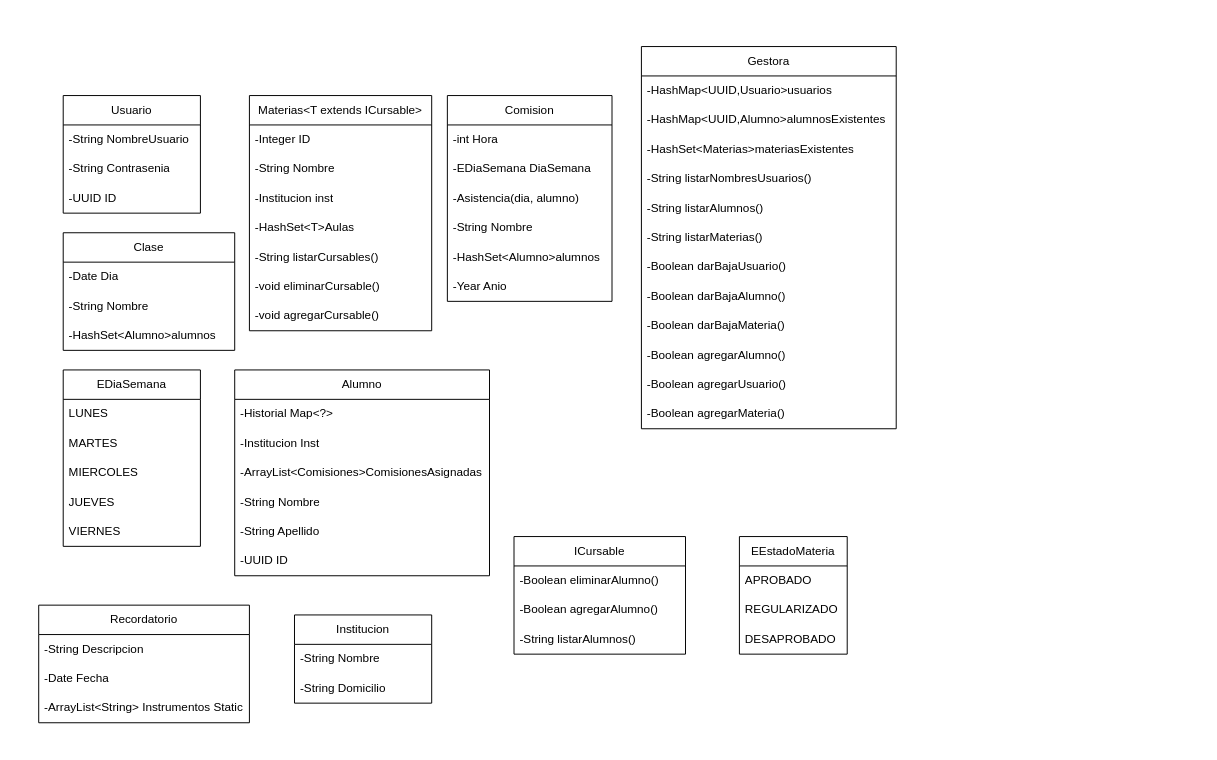
Before: TpFinalUML.drawio in MLN-git/TrabajoPractico-2.0_2026, a draw.io diagram. Source tidied: cells renumbered, new cells numbered last; positions are measured from the earlier drawing's top-left corner, leaving out a move shared by most shapes. Both pictures are drawn from the tidied source at 98%, with x=0, y=0 at pixel (38, 46).
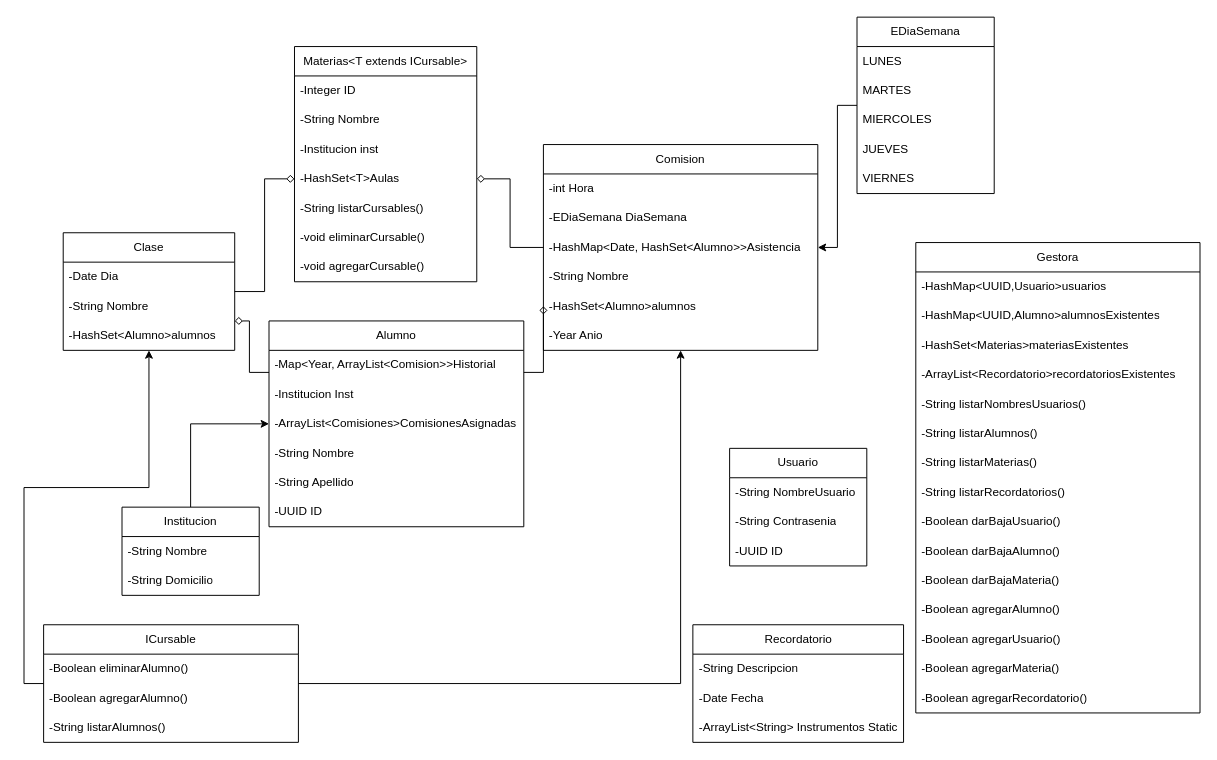
After the change.

Unchanged cells that the change refers to:
```xml
<mxCell id="6" value="-HashSet&amp;lt;T&amp;gt;Aulas" style="text;strokeColor=none;fillColor=none;align=left;verticalAlign=middle;spacingLeft=4;spacingRight=4;overflow=hidden;points=[[0,0.5],[1,0.5]];portConstraint=eastwest;whiteSpace=wrap;html=1;" parent="2" vertex="1">
  <mxGeometry y="120" width="186" height="30" as="geometry" />
</mxCell>
<mxCell id="48" value="Clase" style="swimlane;fontStyle=0;horizontal=1;startSize=30;whiteSpace=wrap;html=1;" parent="1" vertex="1">
  <mxGeometry x="25" y="190" width="175" height="120" as="geometry" />
</mxCell>
```

What changed in the source:
```diff
@@
     <mxCell id="2" value="Materias&amp;lt;T extends ICursable&amp;gt;" style="swimlane;fontStyle=0;horizontal=1;startSize=30;whiteSpace=wrap;html=1;" parent="1" vertex="1">
-      <mxGeometry x="215" y="50" width="186" height="240" as="geometry" />
+      <mxGeometry x="261" width="186" height="240" as="geometry" />
     </mxCell>
@@
+    <mxCell id="66" style="edgeStyle=orthogonalEdgeStyle;rounded=0;jettySize=auto;html=1;exitX=0;exitY=0.5;exitDx=0;exitDy=0;entryX=1;entryY=0.5;entryDx=0;entryDy=0;defaultLabelBackgroundColor=page;labelPadding=0 4;endArrow=diamond;endFill=0;" parent="1" edge="1" source="10" target="6">
+      <mxGeometry relative="1" as="geometry" />
+    </mxCell>
     <mxCell id="10" value="Comision" style="swimlane;fontStyle=0;horizontal=1;startSize=30;whiteSpace=wrap;html=1;" parent="1" vertex="1">
-      <mxGeometry x="417" y="50" width="168" height="210" as="geometry" />
+      <mxGeometry x="515" y="100" width="280" height="210" as="geometry" />
     </mxCell>
     <mxCell id="11" value="-int Hora" style="text;strokeColor=none;fillColor=none;align=left;verticalAlign=middle;spacingLeft=4;spacingRight=4;overflow=hidden;whiteSpace=wrap;html=1;" parent="10" vertex="1">
-      <mxGeometry y="30" width="168" height="30" as="geometry" />
+      <mxGeometry y="30" width="280" height="30" as="geometry" />
     </mxCell>
     <mxCell id="12" value="-EDiaSemana DiaSemana" style="text;strokeColor=none;fillColor=none;align=left;verticalAlign=middle;spacingLeft=4;spacingRight=4;overflow=hidden;whiteSpace=wrap;html=1;" parent="10" vertex="1">
-      <mxGeometry y="60" width="168" height="30" as="geometry" />
+      <mxGeometry y="60" width="280" height="30" as="geometry" />
     </mxCell>
-    <mxCell id="13" value="-Asistencia(dia, alumno)" style="text;strokeColor=none;fillColor=none;align=left;verticalAlign=middle;spacingLeft=4;spacingRight=4;overflow=hidden;whiteSpace=wrap;html=1;" parent="10" vertex="1">
-      <mxGeometry y="90" width="168" height="30" as="geometry" />
+    <mxCell id="13" value="-HashMap&amp;lt;Date, HashSet&amp;lt;Alumno&amp;gt;&amp;gt;Asistencia" style="text;strokeColor=none;fillColor=none;align=left;verticalAlign=middle;spacingLeft=4;spacingRight=4;overflow=hidden;whiteSpace=wrap;html=1;" parent="10" vertex="1">
+      <mxGeometry y="90" width="280" height="30" as="geometry" />
     </mxCell>
     <mxCell id="14" value="-String Nombre" style="text;strokeColor=none;fillColor=none;align=left;verticalAlign=middle;spacingLeft=4;spacingRight=4;overflow=hidden;whiteSpace=wrap;html=1;" parent="10" vertex="1">
-      <mxGeometry y="120" width="168" height="30" as="geometry" />
+      <mxGeometry y="120" width="280" height="30" as="geometry" />
     </mxCell>
     <mxCell id="15" value="-HashSet&amp;lt;Alumno&amp;gt;alumnos" style="text;strokeColor=none;fillColor=none;align=left;verticalAlign=middle;spacingLeft=4;spacingRight=4;overflow=hidden;points=[[0,0.5],[1,0.5]];portConstraint=eastwest;whiteSpace=wrap;html=1;" parent="10" vertex="1">
-      <mxGeometry y="150" width="168" height="30" as="geometry" />
+      <mxGeometry y="150" width="280" height="30" as="geometry" />
     </mxCell>
     <mxCell id="16" value="-Year Anio" style="text;strokeColor=none;fillColor=none;align=left;verticalAlign=middle;spacingLeft=4;spacingRight=4;overflow=hidden;whiteSpace=wrap;html=1;" parent="10" vertex="1">
-      <mxGeometry y="180" width="168" height="30" as="geometry" />
+      <mxGeometry y="180" width="280" height="30" as="geometry" />
     </mxCell>
+    <mxCell id="67" style="edgeStyle=orthogonalEdgeStyle;rounded=0;jettySize=auto;html=1;exitX=0.5;exitY=0;exitDx=0;exitDy=0;defaultLabelBackgroundColor=page;labelPadding=0 4;" parent="1" edge="1" source="17" target="37">
+      <mxGeometry relative="1" as="geometry" />
+    </mxCell>
     <mxCell id="17" value="Institucion" style="swimlane;fontStyle=0;horizontal=1;startSize=30;whiteSpace=wrap;html=1;" parent="1" vertex="1">
-      <mxGeometry x="261" y="580" width="140" height="90" as="geometry" />
+      <mxGeometry x="85" y="470" width="140" height="90" as="geometry" />
     </mxCell>
@@
     <mxCell id="20" value="Recordatorio" style="swimlane;fontStyle=0;horizontal=1;startSize=30;whiteSpace=wrap;html=1;" parent="1" vertex="1">
-      <mxGeometry y="570" width="215" height="120" as="geometry" />
+      <mxGeometry x="667.5" y="590" width="215" height="120" as="geometry" />
     </mxCell>
@@
     <mxCell id="24" value="Gestora" style="swimlane;fontStyle=0;horizontal=1;startSize=30;whiteSpace=wrap;html=1;" parent="1" vertex="1">
-      <mxGeometry x="615" width="260" height="390" as="geometry" />
+      <mxGeometry x="895" y="200" width="290" height="480" as="geometry" />
     </mxCell>
     <mxCell id="25" value="-HashMap&amp;lt;UUID,Usuario&amp;gt;usuarios" style="text;strokeColor=none;fillColor=none;align=left;verticalAlign=middle;spacingLeft=4;spacingRight=4;overflow=hidden;whiteSpace=wrap;html=1;" parent="24" vertex="1">
-      <mxGeometry y="30" width="260" height="30" as="geometry" />
+      <mxGeometry y="30" width="290" height="30" as="geometry" />
     </mxCell>
     <mxCell id="26" value="-HashMap&amp;lt;UUID,Alumno&amp;gt;alumnosExistentes" style="text;strokeColor=none;fillColor=none;align=left;verticalAlign=middle;spacingLeft=4;spacingRight=4;overflow=hidden;whiteSpace=wrap;html=1;" parent="24" vertex="1">
-      <mxGeometry y="60" width="260" height="30" as="geometry" />
+      <mxGeometry y="60" width="290" height="30" as="geometry" />
     </mxCell>
     <mxCell id="27" value="-HashSet&amp;lt;Materias&amp;gt;materiasExistentes" style="text;strokeColor=none;fillColor=none;align=left;verticalAlign=middle;spacingLeft=4;spacingRight=4;overflow=hidden;whiteSpace=wrap;html=1;" parent="24" vertex="1">
-      <mxGeometry y="90" width="260" height="30" as="geometry" />
+      <mxGeometry y="90" width="290" height="30" as="geometry" />
     </mxCell>
+    <mxCell id="68" value="-ArrayList&amp;lt;Recordatorio&amp;gt;recordatoriosExistentes" style="text;strokeColor=none;fillColor=none;align=left;verticalAlign=middle;spacingLeft=4;spacingRight=4;overflow=hidden;whiteSpace=wrap;html=1;" parent="24" vertex="1">
+      <mxGeometry y="120" width="290" height="30" as="geometry" />
+    </mxCell>
     <mxCell id="28" value="-String listarNombresUsuarios()" style="text;strokeColor=none;fillColor=none;align=left;verticalAlign=middle;spacingLeft=4;spacingRight=4;overflow=hidden;whiteSpace=wrap;html=1;" parent="24" vertex="1">
-      <mxGeometry y="120" width="260" height="30" as="geometry" />
+      <mxGeometry y="150" width="290" height="30" as="geometry" />
     </mxCell>
     <mxCell id="29" value="-String listarAlumnos()" style="text;strokeColor=none;fillColor=none;align=left;verticalAlign=middle;spacingLeft=4;spacingRight=4;overflow=hidden;whiteSpace=wrap;html=1;" parent="24" vertex="1">
-      <mxGeometry y="150" width="260" height="30" as="geometry" />
+      <mxGeometry y="180" width="290" height="30" as="geometry" />
     </mxCell>
     <mxCell id="30" value="-String listarMaterias()" style="text;strokeColor=none;fillColor=none;align=left;verticalAlign=middle;spacingLeft=4;spacingRight=4;overflow=hidden;whiteSpace=wrap;html=1;" parent="24" vertex="1">
-      <mxGeometry y="180" width="260" height="30" as="geometry" />
+      <mxGeometry y="210" width="290" height="30" as="geometry" />
     </mxCell>
+    <mxCell id="69" value="-String listarRecordatorios()" style="text;strokeColor=none;fillColor=none;align=left;verticalAlign=middle;spacingLeft=4;spacingRight=4;overflow=hidden;whiteSpace=wrap;html=1;" parent="24" vertex="1">
+      <mxGeometry y="240" width="290" height="30" as="geometry" />
+    </mxCell>
     <mxCell id="31" value="-Boolean darBajaUsuario()" style="text;strokeColor=none;fillColor=none;align=left;verticalAlign=middle;spacingLeft=4;spacingRight=4;overflow=hidden;whiteSpace=wrap;html=1;" parent="24" vertex="1">
-      <mxGeometry y="210" width="260" height="30" as="geometry" />
+      <mxGeometry y="270" width="290" height="30" as="geometry" />
     </mxCell>
     <mxCell id="32" value="-Boolean darBajaAlumno()" style="text;strokeColor=none;fillColor=none;align=left;verticalAlign=middle;spacingLeft=4;spacingRight=4;overflow=hidden;whiteSpace=wrap;html=1;" parent="24" vertex="1">
-      <mxGeometry y="240" width="260" height="30" as="geometry" />
+      <mxGeometry y="300" width="290" height="30" as="geometry" />
     </mxCell>
     <mxCell id="33" value="-Boolean darBajaMateria()" style="text;strokeColor=none;fillColor=none;align=left;verticalAlign=middle;spacingLeft=4;spacingRight=4;overflow=hidden;whiteSpace=wrap;html=1;" parent="24" vertex="1">
-      <mxGeometry y="270" width="260" height="30" as="geometry" />
+      <mxGeometry y="330" width="290" height="30" as="geometry" />
     </mxCell>
     <mxCell id="34" value="-Boolean agregarAlumno()" style="text;strokeColor=none;fillColor=none;align=left;verticalAlign=middle;spacingLeft=4;spacingRight=4;overflow=hidden;whiteSpace=wrap;html=1;" parent="24" vertex="1">
-      <mxGeometry y="300" width="260" height="30" as="geometry" />
+      <mxGeometry y="360" width="290" height="30" as="geometry" />
     </mxCell>
     <mxCell id="35" value="-Boolean agregarUsuario()" style="text;strokeColor=none;fillColor=none;align=left;verticalAlign=middle;spacingLeft=4;spacingRight=4;overflow=hidden;whiteSpace=wrap;html=1;" parent="24" vertex="1">
-      <mxGeometry y="330" width="260" height="30" as="geometry" />
+      <mxGeometry y="390" width="290" height="30" as="geometry" />
     </mxCell>
     <mxCell id="36" value="-Boolean agregarMateria()" style="text;strokeColor=none;fillColor=none;align=left;verticalAlign=middle;spacingLeft=4;spacingRight=4;overflow=hidden;whiteSpace=wrap;html=1;" parent="24" vertex="1">
-      <mxGeometry y="360" width="260" height="30" as="geometry" />
+      <mxGeometry y="420" width="290" height="30" as="geometry" />
     </mxCell>
+    <mxCell id="70" value="-Boolean agregarRecordatorio()" style="text;strokeColor=none;fillColor=none;align=left;verticalAlign=middle;spacingLeft=4;spacingRight=4;overflow=hidden;whiteSpace=wrap;html=1;" parent="24" vertex="1">
+      <mxGeometry y="450" width="290" height="30" as="geometry" />
+    </mxCell>
+    <mxCell id="71" style="edgeStyle=orthogonalEdgeStyle;rounded=0;jettySize=auto;html=1;exitX=0;exitY=0.25;exitDx=0;exitDy=0;entryX=1;entryY=0.75;entryDx=0;entryDy=0;defaultLabelBackgroundColor=page;labelPadding=0 4;endArrow=diamond;endFill=0;" parent="1" edge="1" source="37" target="48">
+      <mxGeometry relative="1" as="geometry" />
+    </mxCell>
+    <mxCell id="72" style="edgeStyle=orthogonalEdgeStyle;rounded=0;jettySize=auto;html=1;exitX=1;exitY=0.25;exitDx=0;exitDy=0;entryX=0;entryY=0.5;entryDx=0;entryDy=0;defaultLabelBackgroundColor=page;labelPadding=0 4;endArrow=diamond;endFill=0;" parent="1" edge="1" source="37" target="15">
+      <mxGeometry relative="1" as="geometry" />
+    </mxCell>
     <mxCell id="37" value="Alumno" style="swimlane;fontStyle=0;horizontal=1;startSize=30;whiteSpace=wrap;html=1;" parent="1" vertex="1">
-      <mxGeometry x="200" y="330" width="260" height="210" as="geometry" />
+      <mxGeometry x="235" y="280" width="260" height="210" as="geometry" />
     </mxCell>
-    <mxCell id="38" value="-Historial Map&amp;lt;?&amp;gt;" style="text;strokeColor=none;fillColor=none;align=left;verticalAlign=middle;spacingLeft=4;spacingRight=4;overflow=hidden;whiteSpace=wrap;html=1;" parent="37" vertex="1">
+    <mxCell id="38" value="-Map&amp;lt;Year, ArrayList&amp;lt;Comision&amp;gt;&amp;gt;Historial" style="text;strokeColor=none;fillColor=none;align=left;verticalAlign=middle;spacingLeft=4;spacingRight=4;overflow=hidden;whiteSpace=wrap;html=1;" parent="37" vertex="1">
       <mxGeometry y="30" width="260" height="30" as="geometry" />
     </mxCell>
@@
     <mxCell id="44" value="Usuario" style="swimlane;fontStyle=0;horizontal=1;startSize=30;whiteSpace=wrap;html=1;" parent="1" vertex="1">
-      <mxGeometry x="25" y="50" width="140" height="120" as="geometry" />
+      <mxGeometry x="705" y="410" width="140" height="120" as="geometry" />
     </mxCell>
@@
+    <mxCell id="73" style="edgeStyle=orthogonalEdgeStyle;rounded=0;jettySize=auto;html=1;exitX=1;exitY=0.5;exitDx=0;exitDy=0;entryX=0;entryY=0.5;entryDx=0;entryDy=0;defaultLabelBackgroundColor=page;labelPadding=0 4;endArrow=diamond;endFill=0;" parent="1" edge="1" source="48" target="6">
+      <mxGeometry relative="1" as="geometry" />
+    </mxCell>
@@
-    <mxCell id="52" value="EEstadoMateria" style="swimlane;fontStyle=0;horizontal=1;startSize=30;whiteSpace=wrap;html=1;" parent="1" vertex="1">
-      <mxGeometry x="715" y="500" width="110" height="120" as="geometry" />
-    </mxCell>
-    <mxCell id="53" value="APROBADO" style="text;strokeColor=none;fillColor=none;align=left;verticalAlign=middle;spacingLeft=4;spacingRight=4;overflow=hidden;whiteSpace=wrap;html=1;" parent="52" vertex="1">
-      <mxGeometry y="30" width="110" height="30" as="geometry" />
-    </mxCell>
-    <mxCell id="54" value="REGULARIZADO" style="text;strokeColor=none;fillColor=none;align=left;verticalAlign=middle;spacingLeft=4;spacingRight=4;overflow=hidden;whiteSpace=wrap;html=1;" parent="52" vertex="1">
-      <mxGeometry y="60" width="110" height="30" as="geometry" />
-    </mxCell>
-    <mxCell id="55" value="DESAPROBADO" style="text;strokeColor=none;fillColor=none;align=left;verticalAlign=middle;spacingLeft=4;spacingRight=4;overflow=hidden;whiteSpace=wrap;html=1;" parent="52" vertex="1">
-      <mxGeometry y="90" width="110" height="30" as="geometry" />
-    </mxCell>
-    <mxCell id="56" value="ICursable" style="swimlane;fontStyle=0;horizontal=1;startSize=30;whiteSpace=wrap;html=1;" parent="1" vertex="1">
-      <mxGeometry x="485" y="500" width="175" height="120" as="geometry" />
-    </mxCell>
-    <mxCell id="57" value="-Boolean eliminarAlumno()" style="text;strokeColor=none;fillColor=none;align=left;verticalAlign=middle;spacingLeft=4;spacingRight=4;overflow=hidden;whiteSpace=wrap;html=1;" parent="56" vertex="1">
-      <mxGeometry y="30" width="175" height="30" as="geometry" />
-    </mxCell>
-    <mxCell id="58" value="-Boolean agregarAlumno()" style="text;strokeColor=none;fillColor=none;align=left;verticalAlign=middle;spacingLeft=4;spacingRight=4;overflow=hidden;whiteSpace=wrap;html=1;" parent="56" vertex="1">
-      <mxGeometry y="60" width="175" height="30" as="geometry" />
-    </mxCell>
-    <mxCell id="59" value="-String listarAlumnos()" style="text;strokeColor=none;fillColor=none;align=left;verticalAlign=middle;spacingLeft=4;spacingRight=4;overflow=hidden;whiteSpace=wrap;html=1;" parent="56" vertex="1">
-      <mxGeometry y="90" width="175" height="30" as="geometry" />
-    </mxCell>
+    <mxCell id="74" style="edgeStyle=orthogonalEdgeStyle;rounded=0;jettySize=auto;html=1;exitX=0;exitY=0.5;exitDx=0;exitDy=0;defaultLabelBackgroundColor=page;labelPadding=0 4;flowAnimation=1;" parent="1" edge="1" source="56" target="48">
+      <mxGeometry relative="1" as="geometry" />
+    </mxCell>
+    <mxCell id="75" style="edgeStyle=orthogonalEdgeStyle;rounded=0;jettySize=auto;html=1;exitX=1;exitY=0.5;exitDx=0;exitDy=0;defaultLabelBackgroundColor=page;labelPadding=0 4;flowAnimation=1;" parent="1" edge="1" source="56" target="10">
+      <mxGeometry relative="1" as="geometry" />
+    </mxCell>
+    <mxCell id="76" style="edgeStyle=orthogonalEdgeStyle;rounded=0;jettySize=auto;html=1;exitX=0;exitY=0.5;exitDx=0;exitDy=0;defaultLabelBackgroundColor=page;labelPadding=0 4;" parent="1" edge="1" source="60" target="10">
+      <mxGeometry relative="1" as="geometry" />
+    </mxCell>
     <mxCell id="60" value="EDiaSemana" style="swimlane;fontStyle=0;horizontal=1;startSize=30;whiteSpace=wrap;html=1;" parent="1" vertex="1">
-      <mxGeometry x="25" y="330" width="140" height="180" as="geometry" />
+      <mxGeometry x="835" y="-30" width="140" height="180" as="geometry" />
     </mxCell>
@@
+    <mxCell id="56" value="ICursable" style="swimlane;fontStyle=0;horizontal=1;startSize=30;whiteSpace=wrap;html=1;" parent="1" vertex="1">
+      <mxGeometry x="5" y="590" width="260" height="120" as="geometry" />
+    </mxCell>
+    <mxCell id="57" value="-Boolean eliminarAlumno()" style="text;strokeColor=none;fillColor=none;align=left;verticalAlign=middle;spacingLeft=4;spacingRight=4;overflow=hidden;whiteSpace=wrap;html=1;" parent="56" vertex="1">
+      <mxGeometry y="30" width="260" height="30" as="geometry" />
+    </mxCell>
+    <mxCell id="58" value="-Boolean agregarAlumno()" style="text;strokeColor=none;fillColor=none;align=left;verticalAlign=middle;spacingLeft=4;spacingRight=4;overflow=hidden;whiteSpace=wrap;html=1;" parent="56" vertex="1">
+      <mxGeometry y="60" width="260" height="30" as="geometry" />
+    </mxCell>
+    <mxCell id="59" value="-String listarAlumnos()" style="text;strokeColor=none;fillColor=none;align=left;verticalAlign=middle;spacingLeft=4;spacingRight=4;overflow=hidden;whiteSpace=wrap;html=1;" parent="56" vertex="1">
+      <mxGeometry y="90" width="260" height="30" as="geometry" />
+    </mxCell>
```
